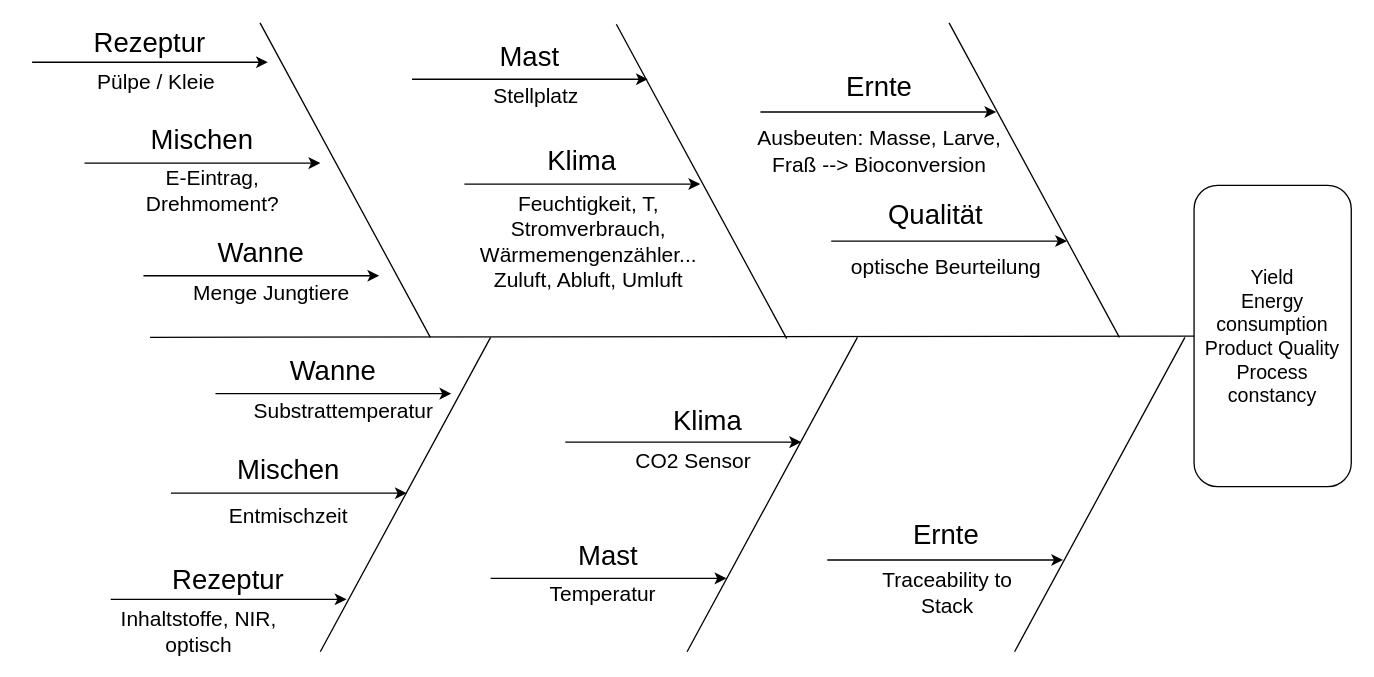
Earlier version of the draw.io diagram FishboneData.drawio (kay-squared/PyTorchLearn). Source tidied: cells renumbered, new cells numbered last; positions are measured from the earlier drawing's top-left corner, leaving out a move shared by most shapes. Both pictures are drawn from the tidied source at 131%, with x=0, y=0 at pixel (31, 22).
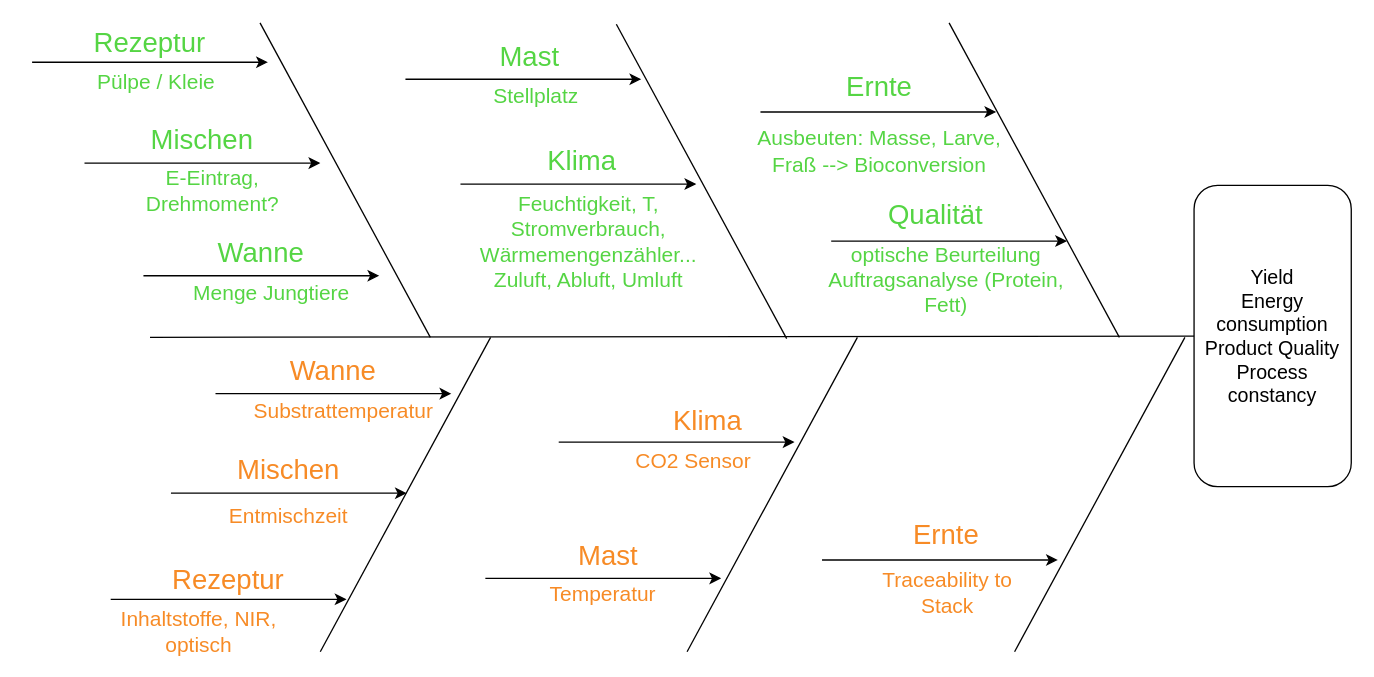
After the change.

What changed in the source:
```diff
@@
-    <mxCell id="4" style="endArrow=classic;html=1;rounded=0;" parent="1" edge="1">
+    <mxCell id="4" style="endArrow=classic;html=1;rounded=0;fontColor=#55d544;" parent="1" edge="1">
       <mxGeometry relative="1" as="geometry">
         <mxPoint y="30" as="sourcePoint" />
         <mxPoint x="180" y="30" as="targetPoint" />
       </mxGeometry>
     </mxCell>
-    <mxCell id="5" style="endArrow=none;html=1;rounded=0;" parent="1" edge="1">
+    <mxCell id="5" style="endArrow=none;html=1;rounded=0;fontColor=#55d544;" parent="1" edge="1">
       <mxGeometry relative="1" as="geometry">
         <mxPoint x="174" as="sourcePoint" />
         <mxPoint x="304" y="240" as="targetPoint" />
       </mxGeometry>
     </mxCell>
-    <mxCell id="6" style="endArrow=none;html=1;rounded=0;" parent="1" edge="1">
+    <mxCell id="6" style="endArrow=none;html=1;rounded=0;fontColor=#55d544;" parent="1" edge="1">
       <mxGeometry relative="1" as="geometry">
         <mxPoint x="446" y="1" as="sourcePoint" />
         <mxPoint x="576" y="241" as="targetPoint" />
       </mxGeometry>
     </mxCell>
-    <mxCell id="7" value="Rezeptur" style="text;html=1;strokeColor=none;fillColor=none;align=center;verticalAlign=middle;whiteSpace=wrap;rounded=0;fontFamily=Rubik light;fontSize=21;" parent="1" vertex="1">
+    <mxCell id="7" value="Rezeptur" style="text;html=1;strokeColor=none;fillColor=none;align=center;verticalAlign=middle;whiteSpace=wrap;rounded=0;fontFamily=Rubik light;fontSize=21;fontColor=#55d544;" parent="1" vertex="1">
       <mxGeometry x="60" width="60" height="30" as="geometry" />
     </mxCell>
-    <mxCell id="8" style="endArrow=classic;html=1;rounded=0;" parent="1" edge="1">
+    <mxCell id="8" style="endArrow=classic;html=1;rounded=0;fontColor=#55d544;" parent="1" edge="1">
       <mxGeometry relative="1" as="geometry">
         <mxPoint x="40" y="107" as="sourcePoint" />
         <mxPoint x="220" y="107" as="targetPoint" />
       </mxGeometry>
     </mxCell>
-    <mxCell id="9" value="Mischen" style="text;html=1;strokeColor=none;fillColor=none;align=center;verticalAlign=middle;whiteSpace=wrap;rounded=0;fontFamily=Rubik light;fontSize=21;" parent="1" vertex="1">
+    <mxCell id="9" value="Mischen" style="text;html=1;strokeColor=none;fillColor=none;align=center;verticalAlign=middle;whiteSpace=wrap;rounded=0;fontFamily=Rubik light;fontSize=21;fontColor=#55d544;" parent="1" vertex="1">
       <mxGeometry x="100" y="74" width="60" height="30" as="geometry" />
     </mxCell>
-    <mxCell id="10" value="Pülpe / Kleie" style="text;html=1;strokeColor=none;fillColor=none;align=center;verticalAlign=middle;whiteSpace=wrap;rounded=0;fontFamily=Rubik light;fontSize=16;" parent="1" vertex="1">
+    <mxCell id="10" value="Pülpe / Kleie" style="text;html=1;strokeColor=none;fillColor=none;align=center;verticalAlign=middle;whiteSpace=wrap;rounded=0;fontFamily=Rubik light;fontSize=16;fontColor=#55d544;" parent="1" vertex="1">
       <mxGeometry x="30" y="30" width="130" height="30" as="geometry" />
     </mxCell>
@@
-    <mxCell id="12" style="endArrow=classic;html=1;rounded=0;" parent="1" edge="1">
+    <mxCell id="12" style="endArrow=classic;html=1;rounded=0;fontColor=#f78b26;" parent="1" edge="1">
       <mxGeometry relative="1" as="geometry">
         <mxPoint x="60" y="440" as="sourcePoint" />
         <mxPoint x="240" y="440" as="targetPoint" />
       </mxGeometry>
     </mxCell>
-    <mxCell id="13" value="Rezeptur" style="text;html=1;strokeColor=none;fillColor=none;align=center;verticalAlign=middle;whiteSpace=wrap;rounded=0;fontFamily=Rubik light;fontSize=21;" parent="1" vertex="1">
+    <mxCell id="13" value="Rezeptur" style="text;html=1;strokeColor=none;fillColor=none;align=center;verticalAlign=middle;whiteSpace=wrap;rounded=0;fontFamily=Rubik light;fontSize=21;fontColor=#f78b26;" parent="1" vertex="1">
       <mxGeometry x="120" y="410" width="60" height="30" as="geometry" />
     </mxCell>
-    <mxCell id="14" value="Inhaltstoffe, NIR, optisch" style="text;html=1;strokeColor=none;fillColor=none;align=center;verticalAlign=middle;whiteSpace=wrap;rounded=0;fontFamily=Rubik light;fontSize=16;" parent="1" vertex="1">
+    <mxCell id="14" value="Inhaltstoffe, NIR, optisch" style="text;html=1;strokeColor=none;fillColor=none;align=center;verticalAlign=middle;whiteSpace=wrap;rounded=0;fontFamily=Rubik light;fontSize=16;fontColor=#f78b26;" parent="1" vertex="1">
       <mxGeometry x="40" y="450" width="175" height="30" as="geometry" />
     </mxCell>
-    <mxCell id="15" value="E-Eintrag, Drehmoment?" style="text;html=1;strokeColor=none;fillColor=none;align=center;verticalAlign=middle;whiteSpace=wrap;rounded=0;fontFamily=Rubik light;fontSize=16;" parent="1" vertex="1">
+    <mxCell id="15" value="E-Eintrag, Drehmoment?" style="text;html=1;strokeColor=none;fillColor=none;align=center;verticalAlign=middle;whiteSpace=wrap;rounded=0;fontFamily=Rubik light;fontSize=16;fontColor=#55d544;" parent="1" vertex="1">
       <mxGeometry x="73" y="113" width="130" height="30" as="geometry" />
     </mxCell>
-    <mxCell id="16" style="endArrow=classic;html=1;rounded=0;" parent="1" edge="1">
+    <mxCell id="16" style="endArrow=classic;html=1;rounded=0;fontColor=#f78b26;" parent="1" edge="1">
       <mxGeometry relative="1" as="geometry">
         <mxPoint x="106" y="359" as="sourcePoint" />
         <mxPoint x="286" y="359" as="targetPoint" />
       </mxGeometry>
     </mxCell>
-    <mxCell id="17" value="Mischen" style="text;html=1;strokeColor=none;fillColor=none;align=center;verticalAlign=middle;whiteSpace=wrap;rounded=0;fontFamily=Rubik light;fontSize=21;" parent="1" vertex="1">
+    <mxCell id="17" value="Mischen" style="text;html=1;strokeColor=none;fillColor=none;align=center;verticalAlign=middle;whiteSpace=wrap;rounded=0;fontFamily=Rubik light;fontSize=21;fontColor=#f78b26;" parent="1" vertex="1">
       <mxGeometry x="166" y="326" width="60" height="30" as="geometry" />
     </mxCell>
-    <mxCell id="18" value="Entmischzeit" style="text;html=1;strokeColor=none;fillColor=none;align=center;verticalAlign=middle;whiteSpace=wrap;rounded=0;fontFamily=Rubik light;fontSize=16;" parent="1" vertex="1">
+    <mxCell id="18" value="Entmischzeit" style="text;html=1;strokeColor=none;fillColor=none;align=center;verticalAlign=middle;whiteSpace=wrap;rounded=0;fontFamily=Rubik light;fontSize=16;fontColor=#f78b26;" parent="1" vertex="1">
       <mxGeometry x="131" y="361" width="130" height="30" as="geometry" />
     </mxCell>
-    <mxCell id="19" style="endArrow=classic;html=1;rounded=0;" parent="1" edge="1">
+    <mxCell id="19" style="endArrow=classic;html=1;rounded=0;fontColor=#55d544;" parent="1" edge="1">
       <mxGeometry relative="1" as="geometry">
-        <mxPoint x="290" y="43" as="sourcePoint" />
-        <mxPoint x="470" y="43" as="targetPoint" />
+        <mxPoint x="285" y="43" as="sourcePoint" />
+        <mxPoint x="465" y="43" as="targetPoint" />
       </mxGeometry>
     </mxCell>
-    <mxCell id="20" value="Mast" style="text;html=1;strokeColor=none;fillColor=none;align=center;verticalAlign=middle;whiteSpace=wrap;rounded=0;fontFamily=Rubik light;fontSize=21;" parent="1" vertex="1">
+    <mxCell id="20" value="Mast" style="text;html=1;strokeColor=none;fillColor=none;align=center;verticalAlign=middle;whiteSpace=wrap;rounded=0;fontFamily=Rubik light;fontSize=21;fontColor=#55d544;" parent="1" vertex="1">
       <mxGeometry x="350" y="10" width="60" height="30" as="geometry" />
     </mxCell>
-    <mxCell id="21" value="Stellplatz" style="text;html=1;strokeColor=none;fillColor=none;align=center;verticalAlign=middle;whiteSpace=wrap;rounded=0;fontFamily=Rubik light;fontSize=16;" parent="1" vertex="1">
+    <mxCell id="21" value="Stellplatz" style="text;html=1;strokeColor=none;fillColor=none;align=center;verticalAlign=middle;whiteSpace=wrap;rounded=0;fontFamily=Rubik light;fontSize=16;fontColor=#55d544;" parent="1" vertex="1">
       <mxGeometry x="320" y="41" width="130" height="30" as="geometry" />
     </mxCell>
-    <mxCell id="22" style="endArrow=classic;html=1;rounded=0;" parent="1" edge="1">
+    <mxCell id="22" style="endArrow=classic;html=1;rounded=0;fontColor=#f78b26;" parent="1" edge="1">
       <mxGeometry relative="1" as="geometry">
-        <mxPoint x="350" y="424" as="sourcePoint" />
-        <mxPoint x="530" y="424" as="targetPoint" />
+        <mxPoint x="346" y="424" as="sourcePoint" />
+        <mxPoint x="526" y="424" as="targetPoint" />
       </mxGeometry>
     </mxCell>
-    <mxCell id="23" value="Mast" style="text;html=1;strokeColor=none;fillColor=none;align=center;verticalAlign=middle;whiteSpace=wrap;rounded=0;fontFamily=Rubik light;fontSize=21;" parent="1" vertex="1">
+    <mxCell id="23" value="Mast" style="text;html=1;strokeColor=none;fillColor=none;align=center;verticalAlign=middle;whiteSpace=wrap;rounded=0;fontFamily=Rubik light;fontSize=21;fontColor=#f78b26;" parent="1" vertex="1">
       <mxGeometry x="410" y="391" width="60" height="30" as="geometry" />
     </mxCell>
@@
-    <mxCell id="25" value="Temperatur" style="text;html=1;strokeColor=none;fillColor=none;align=center;verticalAlign=middle;whiteSpace=wrap;rounded=0;fontFamily=Rubik light;fontSize=16;" parent="1" vertex="1">
+    <mxCell id="25" value="Temperatur" style="text;html=1;strokeColor=none;fillColor=none;align=center;verticalAlign=middle;whiteSpace=wrap;rounded=0;fontFamily=Rubik light;fontSize=16;fontColor=#f78b26;" parent="1" vertex="1">
       <mxGeometry x="371" y="421" width="130" height="30" as="geometry" />
     </mxCell>
-    <mxCell id="26" style="endArrow=classic;html=1;rounded=0;" parent="1" edge="1">
+    <mxCell id="26" style="endArrow=classic;html=1;rounded=0;fontColor=#55d544;" parent="1" edge="1">
       <mxGeometry relative="1" as="geometry">
         <mxPoint x="85" y="193" as="sourcePoint" />
         <mxPoint x="265" y="193" as="targetPoint" />
       </mxGeometry>
     </mxCell>
-    <mxCell id="27" value="Wanne" style="text;html=1;strokeColor=none;fillColor=none;align=center;verticalAlign=middle;whiteSpace=wrap;rounded=0;fontFamily=Rubik light;fontSize=21;" parent="1" vertex="1">
+    <mxCell id="27" value="Wanne" style="text;html=1;strokeColor=none;fillColor=none;align=center;verticalAlign=middle;whiteSpace=wrap;rounded=0;fontFamily=Rubik light;fontSize=21;fontColor=#55d544;" parent="1" vertex="1">
       <mxGeometry x="145" y="160" width="60" height="30" as="geometry" />
     </mxCell>
-    <mxCell id="28" value="Menge Jungtiere" style="text;html=1;strokeColor=none;fillColor=none;align=center;verticalAlign=middle;whiteSpace=wrap;rounded=0;fontFamily=Rubik light;fontSize=16;" parent="1" vertex="1">
+    <mxCell id="28" value="Menge Jungtiere" style="text;html=1;strokeColor=none;fillColor=none;align=center;verticalAlign=middle;whiteSpace=wrap;rounded=0;fontFamily=Rubik light;fontSize=16;fontColor=#55d544;" parent="1" vertex="1">
       <mxGeometry x="118" y="191" width="130" height="30" as="geometry" />
     </mxCell>
-    <mxCell id="29" style="endArrow=classic;html=1;rounded=0;" parent="1" edge="1">
+    <mxCell id="29" style="endArrow=classic;html=1;rounded=0;fontColor=#f78b26;" parent="1" edge="1">
       <mxGeometry relative="1" as="geometry">
         <mxPoint x="140" y="283" as="sourcePoint" />
         <mxPoint x="320" y="283" as="targetPoint" />
       </mxGeometry>
     </mxCell>
-    <mxCell id="30" value="Wanne" style="text;html=1;strokeColor=none;fillColor=none;align=center;verticalAlign=middle;whiteSpace=wrap;rounded=0;fontFamily=Rubik light;fontSize=21;" parent="1" vertex="1">
+    <mxCell id="30" value="Wanne" style="text;html=1;strokeColor=none;fillColor=none;align=center;verticalAlign=middle;whiteSpace=wrap;rounded=0;fontFamily=Rubik light;fontSize=21;fontColor=#f78b26;" parent="1" vertex="1">
       <mxGeometry x="200" y="250" width="60" height="30" as="geometry" />
     </mxCell>
-    <mxCell id="31" value="Substrattemperatur" style="text;html=1;strokeColor=none;fillColor=none;align=center;verticalAlign=middle;whiteSpace=wrap;rounded=0;fontFamily=Rubik light;fontSize=16;" parent="1" vertex="1">
+    <mxCell id="31" value="Substrattemperatur" style="text;html=1;strokeColor=none;fillColor=none;align=center;verticalAlign=middle;whiteSpace=wrap;rounded=0;fontFamily=Rubik light;fontSize=16;fontColor=#f78b26;" parent="1" vertex="1">
       <mxGeometry x="173" y="281" width="130" height="30" as="geometry" />
     </mxCell>
-    <mxCell id="32" style="endArrow=classic;html=1;rounded=0;" parent="1" edge="1">
+    <mxCell id="32" style="endArrow=classic;html=1;rounded=0;fontColor=#55d544;" parent="1" edge="1">
       <mxGeometry relative="1" as="geometry">
-        <mxPoint x="330" y="123" as="sourcePoint" />
-        <mxPoint x="510" y="123" as="targetPoint" />
+        <mxPoint x="327" y="123" as="sourcePoint" />
+        <mxPoint x="507" y="123" as="targetPoint" />
       </mxGeometry>
     </mxCell>
-    <mxCell id="33" value="Klima" style="text;html=1;strokeColor=none;fillColor=none;align=center;verticalAlign=middle;whiteSpace=wrap;rounded=0;fontFamily=Rubik light;fontSize=21;" parent="1" vertex="1">
+    <mxCell id="33" value="Klima" style="text;html=1;strokeColor=none;fillColor=none;align=center;verticalAlign=middle;whiteSpace=wrap;rounded=0;fontFamily=Rubik light;fontSize=21;fontColor=#55d544;" parent="1" vertex="1">
       <mxGeometry x="390" y="90" width="60" height="30" as="geometry" />
     </mxCell>
-    <mxCell id="34" value="Feuchtigkeit, T, Stromverbrauch, Wärmemengenzähler... Zuluft, Abluft, Umluft" style="text;html=1;strokeColor=none;fillColor=none;align=center;verticalAlign=middle;whiteSpace=wrap;rounded=0;fontFamily=Rubik light;fontSize=16;" parent="1" vertex="1">
+    <mxCell id="34" value="Feuchtigkeit, T, Stromverbrauch, Wärmemengenzähler... Zuluft, Abluft, Umluft" style="text;html=1;strokeColor=none;fillColor=none;align=center;verticalAlign=middle;whiteSpace=wrap;rounded=0;fontFamily=Rubik light;fontSize=16;fontColor=#55d544;" parent="1" vertex="1">
       <mxGeometry x="340" y="152" width="170" height="30" as="geometry" />
     </mxCell>
-    <mxCell id="35" style="endArrow=classic;html=1;rounded=0;" parent="1" edge="1">
+    <mxCell id="35" style="endArrow=classic;html=1;rounded=0;fontColor=#f78b26;" parent="1" edge="1">
       <mxGeometry relative="1" as="geometry">
-        <mxPoint x="407" y="320" as="sourcePoint" />
-        <mxPoint x="587" y="320" as="targetPoint" />
+        <mxPoint x="402" y="320" as="sourcePoint" />
+        <mxPoint x="582" y="320" as="targetPoint" />
       </mxGeometry>
     </mxCell>
-    <mxCell id="36" value="Klima" style="text;html=1;strokeColor=none;fillColor=none;align=center;verticalAlign=middle;whiteSpace=wrap;rounded=0;fontFamily=Rubik light;fontSize=21;" parent="1" vertex="1">
+    <mxCell id="36" value="Klima" style="text;html=1;strokeColor=none;fillColor=none;align=center;verticalAlign=middle;whiteSpace=wrap;rounded=0;fontFamily=Rubik light;fontSize=21;fontColor=#f78b26;" parent="1" vertex="1">
       <mxGeometry x="486" y="288" width="60" height="30" as="geometry" />
     </mxCell>
-    <mxCell id="37" value="CO2 Sensor" style="text;html=1;strokeColor=none;fillColor=none;align=center;verticalAlign=middle;whiteSpace=wrap;rounded=0;fontFamily=Rubik light;fontSize=16;" parent="1" vertex="1">
+    <mxCell id="37" value="CO2 Sensor" style="text;html=1;strokeColor=none;fillColor=none;align=center;verticalAlign=middle;whiteSpace=wrap;rounded=0;fontFamily=Rubik light;fontSize=16;fontColor=#f78b26;" parent="1" vertex="1">
       <mxGeometry x="420" y="319" width="170" height="30" as="geometry" />
     </mxCell>
-    <mxCell id="38" style="endArrow=none;html=1;rounded=0;" parent="1" edge="1">
+    <mxCell id="38" style="endArrow=none;html=1;rounded=0;fontColor=#55d544;" parent="1" edge="1">
       <mxGeometry relative="1" as="geometry">
         <mxPoint x="700" as="sourcePoint" />
         <mxPoint x="830" y="240" as="targetPoint" />
       </mxGeometry>
     </mxCell>
-    <mxCell id="39" value="Ernte" style="text;html=1;strokeColor=none;fillColor=none;align=center;verticalAlign=middle;whiteSpace=wrap;rounded=0;fontFamily=Rubik light;fontSize=21;" parent="1" vertex="1">
+    <mxCell id="39" value="Ernte" style="text;html=1;strokeColor=none;fillColor=none;align=center;verticalAlign=middle;whiteSpace=wrap;rounded=0;fontFamily=Rubik light;fontSize=21;fontColor=#55d544;" parent="1" vertex="1">
       <mxGeometry x="617" y="33" width="60" height="30" as="geometry" />
     </mxCell>
-    <mxCell id="40" style="endArrow=classic;html=1;rounded=0;" parent="1" edge="1">
+    <mxCell id="40" style="endArrow=classic;html=1;rounded=0;fontColor=#55d544;" parent="1" edge="1">
       <mxGeometry relative="1" as="geometry">
         <mxPoint x="556" y="68" as="sourcePoint" />
         <mxPoint x="736" y="68" as="targetPoint" />
       </mxGeometry>
     </mxCell>
-    <mxCell id="41" value="Ausbeuten: Masse, Larve, Fraß --&amp;gt; Bioconversion" style="text;html=1;strokeColor=none;fillColor=none;align=center;verticalAlign=middle;whiteSpace=wrap;rounded=0;fontFamily=Rubik light;fontSize=16;" parent="1" vertex="1">
+    <mxCell id="41" value="Ausbeuten: Masse, Larve, Fraß --&amp;gt; Bioconversion" style="text;html=1;strokeColor=none;fillColor=none;align=center;verticalAlign=middle;whiteSpace=wrap;rounded=0;fontFamily=Rubik light;fontSize=16;fontColor=#55d544;" parent="1" vertex="1">
       <mxGeometry x="552" y="83" width="190" height="30" as="geometry" />
     </mxCell>
-    <mxCell id="42" style="endArrow=classic;html=1;rounded=0;" parent="1" edge="1">
+    <mxCell id="42" style="endArrow=classic;html=1;rounded=0;fontColor=#55d544;" parent="1" edge="1">
       <mxGeometry relative="1" as="geometry">
         <mxPoint x="610" y="166.5" as="sourcePoint" />
         <mxPoint x="790" y="166.5" as="targetPoint" />
       </mxGeometry>
     </mxCell>
-    <mxCell id="43" value="Qualität" style="text;html=1;strokeColor=none;fillColor=none;align=center;verticalAlign=middle;whiteSpace=wrap;rounded=0;fontFamily=Rubik light;fontSize=21;" parent="1" vertex="1">
+    <mxCell id="43" value="Qualität" style="text;html=1;strokeColor=none;fillColor=none;align=center;verticalAlign=middle;whiteSpace=wrap;rounded=0;fontFamily=Rubik light;fontSize=21;fontColor=#55d544;" parent="1" vertex="1">
       <mxGeometry x="660" y="131" width="60" height="30" as="geometry" />
     </mxCell>
-    <mxCell id="44" value="optische Beurteilung" style="text;html=1;strokeColor=none;fillColor=none;align=center;verticalAlign=middle;whiteSpace=wrap;rounded=0;fontFamily=Rubik light;fontSize=16;" parent="1" vertex="1">
-      <mxGeometry x="603" y="171" width="190" height="30" as="geometry" />
+    <mxCell id="44" value="optische Beurteilung&lt;br&gt;Auftragsanalyse (Protein, Fett)" style="text;html=1;strokeColor=none;fillColor=none;align=center;verticalAlign=middle;whiteSpace=wrap;rounded=0;fontFamily=Rubik light;fontSize=16;fontColor=#55d544;" parent="1" vertex="1">
+      <mxGeometry x="603" y="181" width="190" height="30" as="geometry" />
     </mxCell>
@@
-    <mxCell id="46" value="Ernte" style="text;html=1;strokeColor=none;fillColor=none;align=center;verticalAlign=middle;whiteSpace=wrap;rounded=0;fontFamily=Rubik light;fontSize=21;" parent="1" vertex="1">
+    <mxCell id="46" value="Ernte" style="text;html=1;strokeColor=none;fillColor=none;align=center;verticalAlign=middle;whiteSpace=wrap;rounded=0;fontFamily=Rubik light;fontSize=21;fontColor=#f78b26;" parent="1" vertex="1">
       <mxGeometry x="668" y="375" width="60" height="30" as="geometry" />
     </mxCell>
-    <mxCell id="47" style="endArrow=classic;html=1;rounded=0;" parent="1" edge="1">
+    <mxCell id="47" style="endArrow=classic;html=1;rounded=0;fontColor=#f78b26;" parent="1" edge="1">
       <mxGeometry relative="1" as="geometry">
-        <mxPoint x="607" y="410" as="sourcePoint" />
-        <mxPoint x="787" y="410" as="targetPoint" />
+        <mxPoint x="603" y="410" as="sourcePoint" />
+        <mxPoint x="783" y="410" as="targetPoint" />
       </mxGeometry>
     </mxCell>
-    <mxCell id="48" value="Traceability to Stack" style="text;html=1;strokeColor=none;fillColor=none;align=center;verticalAlign=middle;whiteSpace=wrap;rounded=0;fontFamily=Rubik light;fontSize=16;" parent="1" vertex="1">
+    <mxCell id="48" value="Traceability to Stack" style="text;html=1;strokeColor=none;fillColor=none;align=center;verticalAlign=middle;whiteSpace=wrap;rounded=0;fontFamily=Rubik light;fontSize=16;fontColor=#f78b26;" parent="1" vertex="1">
       <mxGeometry x="636.5" y="420" width="123.5" height="30" as="geometry" />
     </mxCell>
```
